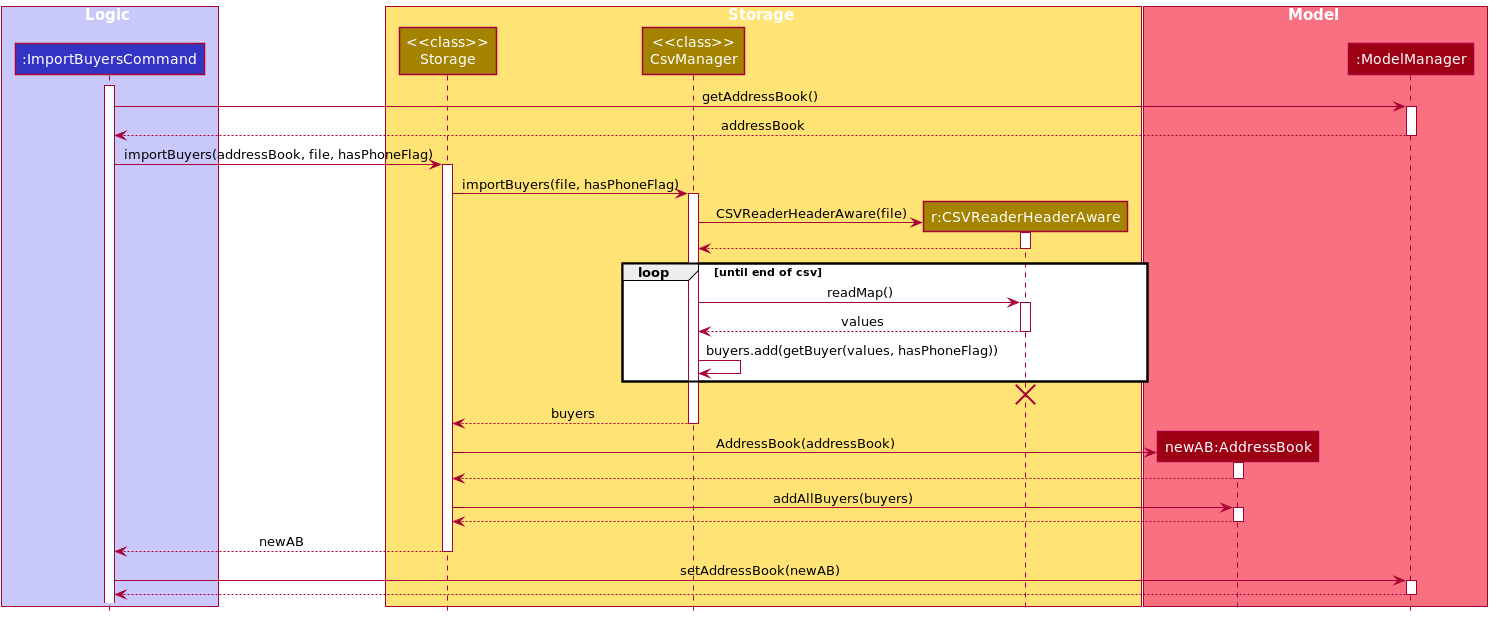
Before: docs/images/ImportExecutionSequenceDiagram.png, a diagram exported from PlantUML (waynetee/tp).
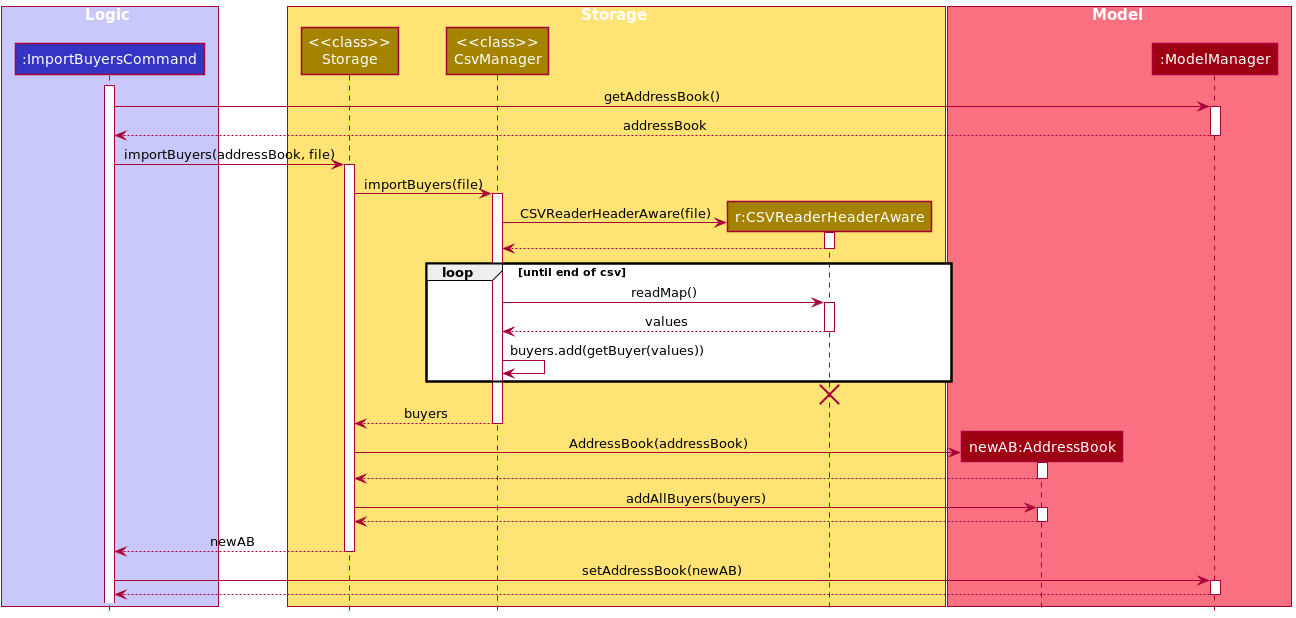
Later version of the same file.

What changed in the source:
```diff
@@ -24,9 +24,9 @@
 return addressBook
 deactivate Model
 
-ImportBuyersCommand -> Storage : importBuyers(addressBook, file, hasPhoneFlag)
+ImportBuyersCommand -> Storage : importBuyers(addressBook, file)
 activate Storage
-Storage -> CsvManager : importBuyers(file, hasPhoneFlag)
+Storage -> CsvManager : importBuyers(file)
 activate CsvManager
 
 Create CSVReaderHeaderAware
@@ -44,7 +44,7 @@
 
 deactivate CSVReaderHeaderAware
 
-CsvManager -> CsvManager: buyers.add(getBuyer(values, hasPhoneFlag))
+CsvManager -> CsvManager: buyers.add(getBuyer(values))
 end
 
 deactivate CSVReaderHeaderAware
```
